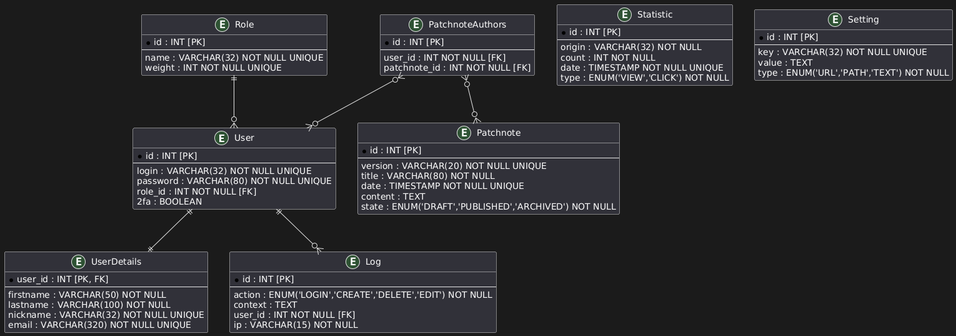
This is docs/concept/ERD.png from Neyticom/Deadlock-France-webapp-front, a PlantUML export, as it was before one commit.
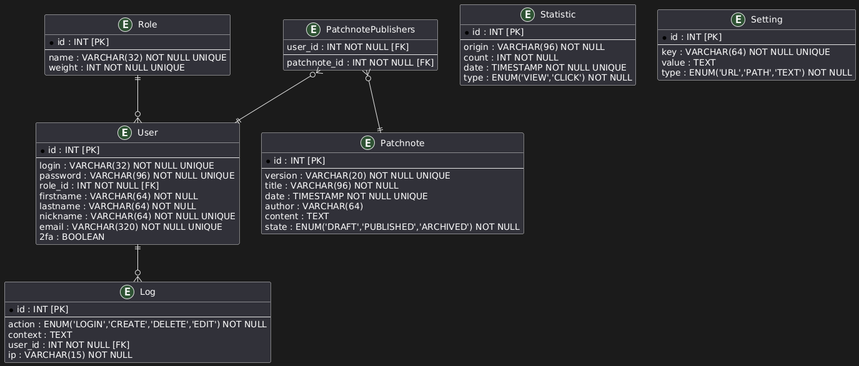
Later version of the same file.

Change to the diagram source:
```diff
@@ -3,18 +3,13 @@
   * id : INT [PK]
   --
   login : VARCHAR(32) NOT NULL UNIQUE
-  password : VARCHAR(80) NOT NULL UNIQUE
+  password : VARCHAR(96) NOT NULL UNIQUE
   role_id : INT NOT NULL [FK]
+  firstname : VARCHAR(64) NOT NULL
+  lastname : VARCHAR(64) NOT NULL
+  nickname : VARCHAR(64) NOT NULL UNIQUE
+  email : VARCHAR(320) NOT NULL UNIQUE
   2fa : BOOLEAN
-}
-
-entity "UserDetails" as user_details {
-  * user_id : INT [PK, FK]
-  --
-  firstname : VARCHAR(50) NOT NULL
-  lastname : VARCHAR(100) NOT NULL
-  nickname : VARCHAR(32) NOT NULL UNIQUE
-  email : VARCHAR(320) NOT NULL UNIQUE
 }
 
 entity "Role" as role {
@@ -28,23 +23,23 @@
   * id : INT [PK]
   --
   version : VARCHAR(20) NOT NULL UNIQUE
-  title : VARCHAR(80) NOT NULL
+  title : VARCHAR(96) NOT NULL
   date : TIMESTAMP NOT NULL UNIQUE
+  author : VARCHAR(64)
   content : TEXT
   state : ENUM('DRAFT','PUBLISHED','ARCHIVED') NOT NULL
 }
 
-entity "PatchnoteAuthors" as patchnote_authors {
-  * id : INT [PK]
+entity "PatchnotePublishers" as patchnote_publishers {
+  user_id : INT NOT NULL [FK]
   --
-  user_id : INT NOT NULL [FK]
   patchnote_id : INT NOT NULL [FK]
 }
 
 entity "Statistic" as statistic {
   * id : INT [PK]
   --
-  origin : VARCHAR(32) NOT NULL
+  origin : VARCHAR(96) NOT NULL
   count : INT NOT NULL
   date : TIMESTAMP NOT NULL UNIQUE
   type : ENUM('VIEW','CLICK') NOT NULL
@@ -53,7 +48,7 @@
 entity "Setting" as setting {
   * id : INT [PK]
   --
-  key : VARCHAR(32) NOT NULL UNIQUE
+  key : VARCHAR(64) NOT NULL UNIQUE
   value : TEXT
   type : ENUM('URL','PATH','TEXT') NOT NULL
 }
@@ -69,7 +64,6 @@
 
 role ||--o{ user
 user ||--o{ log
-user ||--|| user_details
-patchnote_authors }o--o{ patchnote
-patchnote_authors }o--o{ user
+patchnote_publishers }o--|| patchnote
+patchnote_publishers }o--|| user
 @enduml
```
